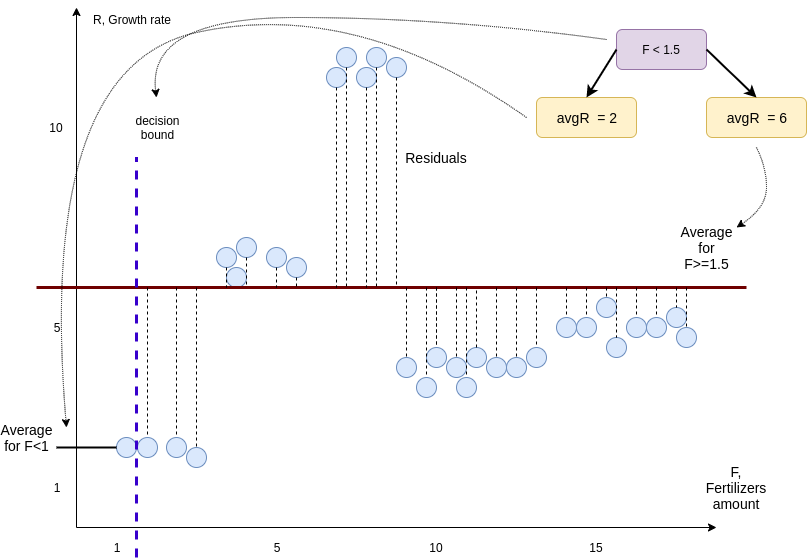
tosterius/tosterius keeps this draw.io diagram as assets/img/notes/decision_tree_explanation_3.png. Above is the earlier version. Source tidied: cells renumbered, new cells last; positions are measured from the earlier drawing's top-left corner, leaving out a move shared by most shapes.
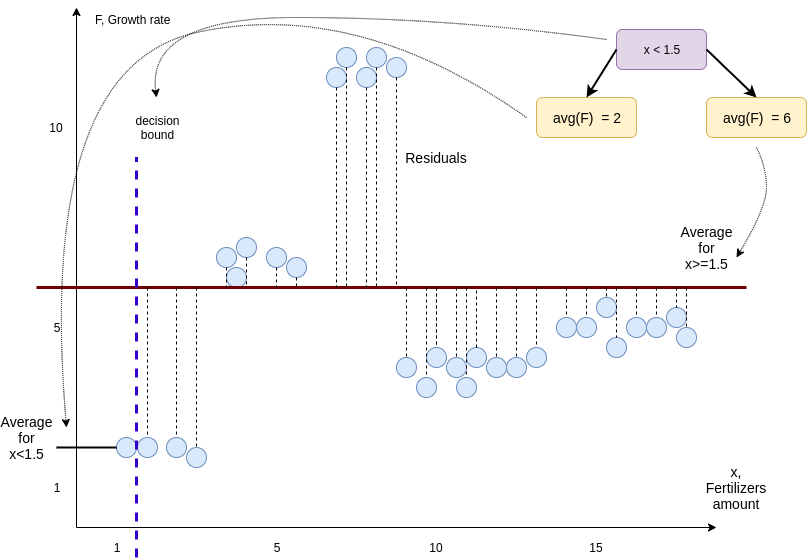
Above is the later version.

Diff of the diagram source:
```diff
@@ -288,13 +288,13 @@
     <mxCell id="73" value="&lt;font style=&quot;font-size: 14px&quot;&gt;Residuals&lt;/font&gt;" style="text;html=1;strokeColor=none;fillColor=none;align=center;verticalAlign=middle;whiteSpace=wrap;rounded=0;strokeWidth=1;" parent="1" vertex="1">
       <mxGeometry x="410" y="150" width="40" height="20" as="geometry" />
     </mxCell>
-    <mxCell id="74" value="&lt;font style=&quot;font-size: 14px&quot;&gt;Average for F&amp;gt;=1.5&lt;/font&gt;" style="text;html=1;strokeColor=none;fillColor=none;align=center;verticalAlign=middle;whiteSpace=wrap;rounded=0;" parent="1" vertex="1">
+    <mxCell id="74" value="&lt;font style=&quot;font-size: 14px&quot;&gt;Average for x&amp;gt;=1.5&lt;/font&gt;" style="text;html=1;strokeColor=none;fillColor=none;align=center;verticalAlign=middle;whiteSpace=wrap;rounded=0;" parent="1" vertex="1">
       <mxGeometry x="680" y="240" width="40" height="20" as="geometry" />
     </mxCell>
-    <mxCell id="75" value="&lt;font style=&quot;font-size: 14px&quot;&gt;F, Fertilizers amount&lt;/font&gt;" style="text;html=1;strokeColor=none;fillColor=none;align=center;verticalAlign=middle;whiteSpace=wrap;rounded=0;" parent="1" vertex="1">
+    <mxCell id="75" value="&lt;font style=&quot;font-size: 14px&quot;&gt;x, Fertilizers amount&lt;/font&gt;" style="text;html=1;strokeColor=none;fillColor=none;align=center;verticalAlign=middle;whiteSpace=wrap;rounded=0;" parent="1" vertex="1">
       <mxGeometry x="710" y="480" width="40" height="20" as="geometry" />
     </mxCell>
-    <mxCell id="76" value="R, Growth rate" style="text;html=1;align=center;verticalAlign=middle;" parent="1" vertex="1">
+    <mxCell id="76" value="F, Growth rate" style="text;html=1;align=center;verticalAlign=middle;" parent="1" vertex="1">
       <mxGeometry x="81" y="12" width="90" height="20" as="geometry" />
     </mxCell>
     <mxCell id="77" style="endArrow=none;dashed=1;html=1;strokeWidth=3;fillColor=#6a00ff;strokeColor=#3700CC;" parent="1" edge="1">
@@ -303,13 +303,13 @@
         <mxPoint x="130" y="160" as="targetPoint" />
       </mxGeometry>
     </mxCell>
-    <mxCell id="78" value="&lt;font style=&quot;font-size: 14px&quot;&gt;avgR&amp;nbsp; = 2&lt;/font&gt;" style="rounded=1;whiteSpace=wrap;html=1;fillColor=#fff2cc;strokeColor=#d6b656;" parent="1" vertex="1">
+    <mxCell id="78" value="&lt;font style=&quot;font-size: 14px&quot;&gt;avg(F)&amp;nbsp; = 2&lt;/font&gt;" style="rounded=1;whiteSpace=wrap;html=1;fillColor=#fff2cc;strokeColor=#d6b656;" parent="1" vertex="1">
       <mxGeometry x="530" y="100" width="100" height="40" as="geometry" />
     </mxCell>
-    <mxCell id="79" value="&lt;font style=&quot;font-size: 14px&quot;&gt;avgR&amp;nbsp; = 6&lt;/font&gt;" style="rounded=1;whiteSpace=wrap;html=1;fillColor=#fff2cc;strokeColor=#d6b656;" parent="1" vertex="1">
+    <mxCell id="79" value="&lt;font style=&quot;font-size: 14px&quot;&gt;avg(F)&amp;nbsp; = 6&lt;/font&gt;" style="rounded=1;whiteSpace=wrap;html=1;fillColor=#fff2cc;strokeColor=#d6b656;" parent="1" vertex="1">
       <mxGeometry x="700" y="100" width="100" height="40" as="geometry" />
     </mxCell>
-    <mxCell id="80" value="&lt;span style=&quot;white-space: normal&quot;&gt;F &amp;lt; 1.5&lt;br&gt;&lt;/span&gt;" style="rounded=1;whiteSpace=wrap;html=1;fillColor=#e1d5e7;strokeColor=#9673a6;" parent="1" vertex="1">
+    <mxCell id="80" value="&lt;span style=&quot;white-space: normal&quot;&gt;x &amp;lt; 1.5&lt;br&gt;&lt;/span&gt;" style="rounded=1;whiteSpace=wrap;html=1;fillColor=#e1d5e7;strokeColor=#9673a6;" parent="1" vertex="1">
       <mxGeometry x="610" y="32" width="90" height="40" as="geometry" />
     </mxCell>
     <mxCell id="81" style="endArrow=classic;html=1;strokeWidth=2;entryX=0.5;entryY=0;entryDx=0;entryDy=0;exitX=0;exitY=0.5;exitDx=0;exitDy=0;" parent="1" edge="1" source="80" target="78">
@@ -326,7 +326,7 @@
     <mxCell id="84" style="curved=1;endArrow=classic;html=1;strokeWidth=1;dashed=1;dashPattern=1 1;" parent="1" edge="1">
       <mxGeometry relative="1" as="geometry">
         <mxPoint x="750" y="150" as="sourcePoint" />
-        <mxPoint x="730" y="230" as="targetPoint" />
+        <mxPoint x="730" y="260" as="targetPoint" />
         <Array as="points">
           <mxPoint x="760" y="170" />
           <mxPoint x="760" y="210" />
@@ -343,7 +343,7 @@
         </Array>
       </mxGeometry>
     </mxCell>
-    <mxCell id="86" value="&lt;font style=&quot;font-size: 14px&quot;&gt;Average for F&amp;lt;1&lt;/font&gt;" style="text;html=1;strokeColor=none;fillColor=none;align=center;verticalAlign=middle;whiteSpace=wrap;rounded=0;" parent="1" vertex="1">
+    <mxCell id="86" value="&lt;font style=&quot;font-size: 14px&quot;&gt;Average for x&amp;lt;1.5&lt;/font&gt;" style="text;html=1;strokeColor=none;fillColor=none;align=center;verticalAlign=middle;whiteSpace=wrap;rounded=0;" parent="1" vertex="1">
       <mxGeometry y="430" width="40" height="20" as="geometry" />
     </mxCell>
     <mxCell id="87" value="decision bound&lt;br&gt;" style="text;html=1;strokeColor=none;fillColor=none;align=center;verticalAlign=middle;whiteSpace=wrap;rounded=0;" parent="1" vertex="1">
```
